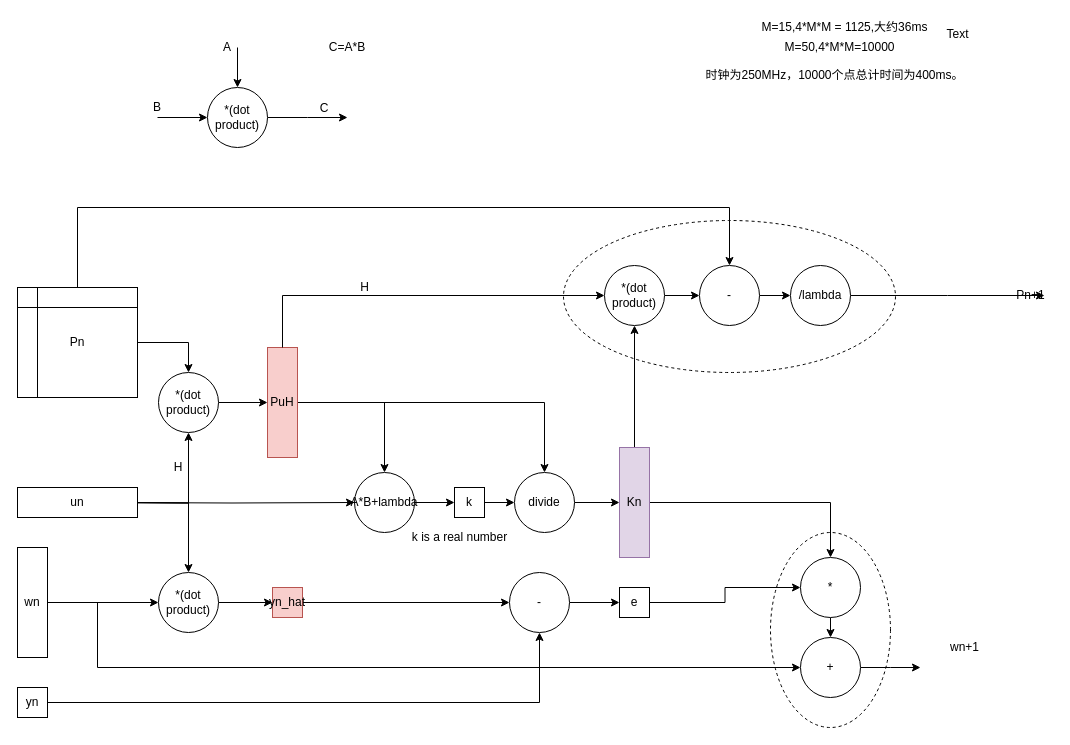
This is rls_n.drawio from Momenttt/hellogithub, a draw.io file, before an edit. Source tidied: cells renumbered, new cells numbered last; positions are measured from the earlier drawing's top-left corner, leaving out a move shared by most shapes. Both pictures are drawn from the tidied source at 100%, with x=0, y=0 at pixel (17, 17).
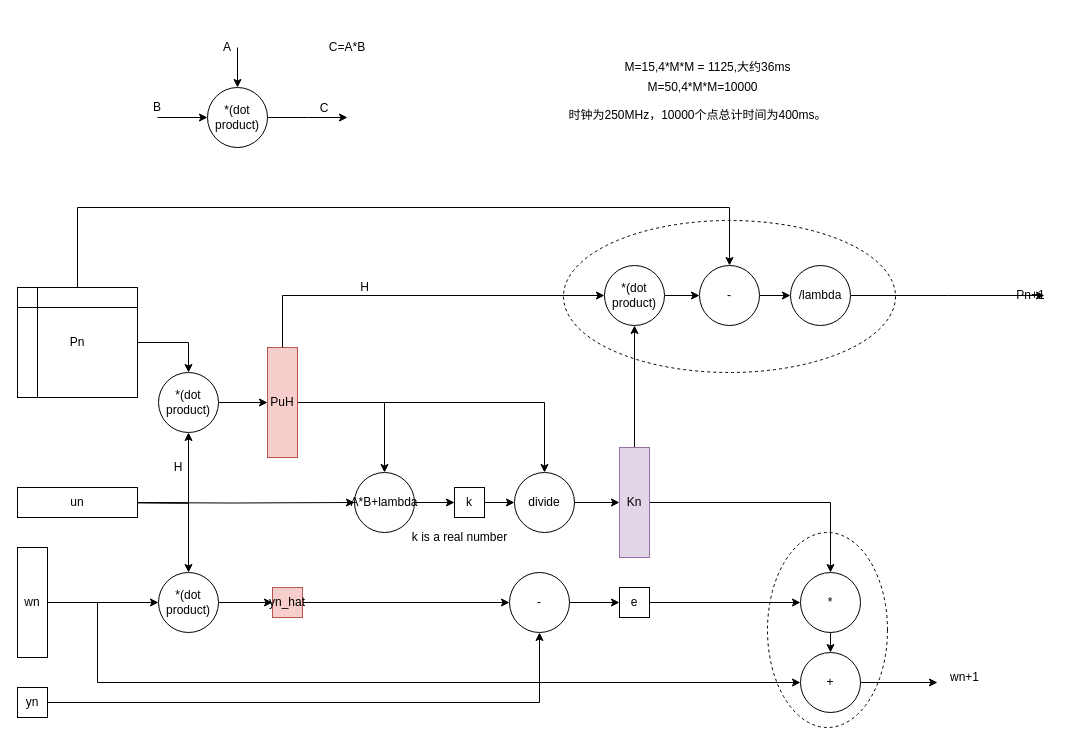
The same page after the edit.

The change refers to these unchanged cells:
```xml
<mxCell id="12" value="wn" style="rounded=0;whiteSpace=wrap;html=1;" parent="1" vertex="1">
  <mxGeometry y="530" width="30" height="110" as="geometry" />
</mxCell>
```

Change to the diagram source:
```diff
@@
     <mxCell id="11" style="edgeStyle=orthogonalEdgeStyle;rounded=0;jettySize=auto;html=1;exitX=1;exitY=0.5;exitDx=0;exitDy=0;" parent="1" edge="1" source="12" target="54">
       <mxGeometry relative="1" as="geometry">
         <Array as="points">
           <mxPoint x="80" y="585" />
-          <mxPoint x="80" y="650" />
+          <mxPoint x="80" y="665" />
         </Array>
       </mxGeometry>
     </mxCell>
@@
     <mxCell id="46" value="*" style="ellipse;whiteSpace=wrap;html=1;" parent="1" vertex="1">
-      <mxGeometry x="783" y="540" width="60" height="60" as="geometry" />
+      <mxGeometry x="783" y="555" width="60" height="60" as="geometry" />
     </mxCell>
@@
     <mxCell id="53" style="edgeStyle=orthogonalEdgeStyle;rounded=0;jettySize=auto;html=1;exitX=1;exitY=0.5;exitDx=0;exitDy=0;" parent="1" edge="1" source="54">
       <mxGeometry relative="1" as="geometry">
-        <mxPoint x="903" y="650" as="targetPoint" />
+        <mxPoint x="920" y="665" as="targetPoint" />
       </mxGeometry>
     </mxCell>
     <mxCell id="54" value="+" style="ellipse;whiteSpace=wrap;html=1;" parent="1" vertex="1">
-      <mxGeometry x="783" y="620" width="60" height="60" as="geometry" />
+      <mxGeometry x="783" y="635" width="60" height="60" as="geometry" />
     </mxCell>
@@
     <mxCell id="56" value="wn+1" style="text;html=1;align=center;verticalAlign=middle;" parent="1" vertex="1">
-      <mxGeometry x="927" y="620" width="40" height="20" as="geometry" />
+      <mxGeometry x="927" y="650" width="40" height="20" as="geometry" />
     </mxCell>
     <mxCell id="57" value="M=50,4*M*M=10000" style="text;html=1;align=center;verticalAlign=middle;" parent="1" vertex="1">
-      <mxGeometry x="757" y="20" width="130" height="20" as="geometry" />
+      <mxGeometry x="620" y="60" width="130" height="20" as="geometry" />
     </mxCell>
     <mxCell id="58" value="时钟为250MHz，10000个点总计时间为400ms。" style="text;html=1;align=center;verticalAlign=middle;" parent="1" vertex="1">
-      <mxGeometry x="682" y="48" width="270" height="20" as="geometry" />
+      <mxGeometry x="545" y="88" width="270" height="20" as="geometry" />
     </mxCell>
     <mxCell id="59" value="M=15,4*M*M = 1125,大约36ms" style="text;html=1;align=center;verticalAlign=middle;" parent="1" vertex="1">
-      <mxGeometry x="737" width="180" height="20" as="geometry" />
+      <mxGeometry x="600" y="40" width="180" height="20" as="geometry" />
     </mxCell>
-    <mxCell id="60" value="Text" style="text;html=1;align=center;verticalAlign=middle;" parent="1" vertex="1">
-      <mxGeometry x="920" y="7" width="40" height="20" as="geometry" />
-    </mxCell>
@@
     <mxCell id="62" style="ellipse;whiteSpace=wrap;html=1;dashed=1;fillColor=none;gradientColor=#ffffff;" parent="1" vertex="1">
-      <mxGeometry x="753" y="515" width="120" height="195" as="geometry" />
+      <mxGeometry x="750" y="515" width="120" height="195" as="geometry" />
     </mxCell>
```
